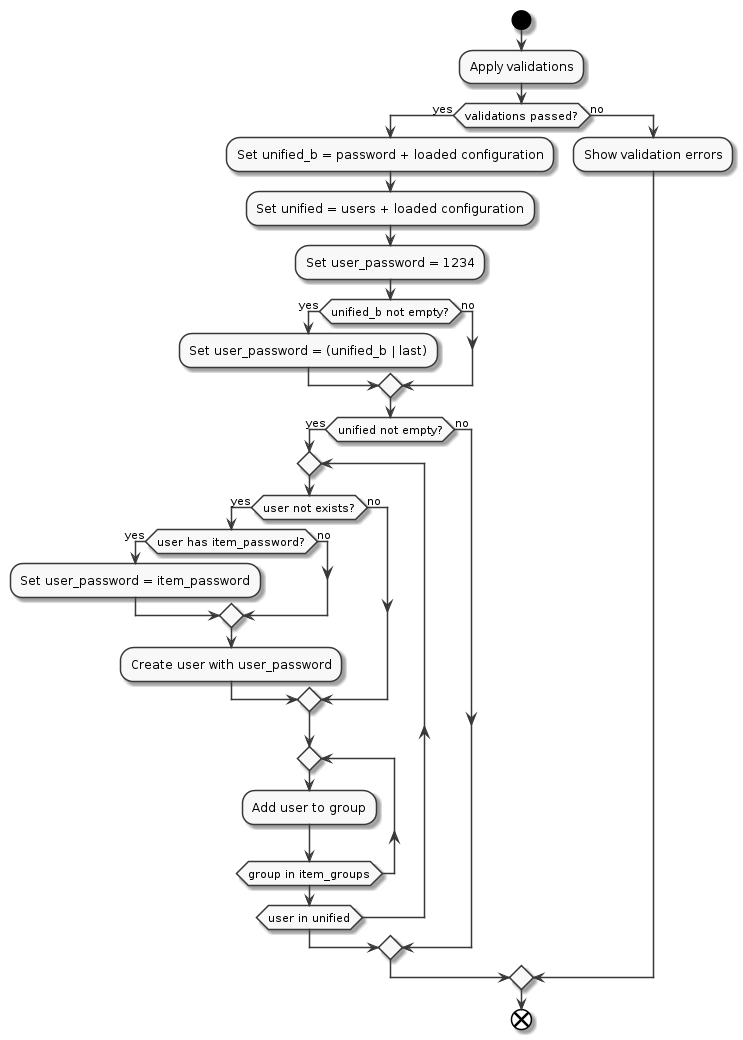
Earlier version of the PlantUML export users/main.png (constrict0r/img). The source it was exported from:
```plantuml
@startuml
start

skinparam monochrome true

:Apply validations;

if (validations passed?) then (yes)

  :Set unified_b = password + loaded configuration;

  :Set unified = users + loaded configuration;

  :Set user_password = 1234;

  if (unified_b not empty?) then (yes)
    :Set user_password = (unified_b | last);
  else (no)
  endif

  if (unified not empty?) then (yes)

    repeat

      if (user not exists?) then (yes)

        if (user has item_password?) then (yes)
          :Set user_password = item_password;
        else (no)
        endif

        :Create user with user_password;

      else (no)
      endif

      repeat
        :Add user to group;
      repeat while (group in item_groups)

    repeat while (user in unified)

  else (no)
  endif

else (no)
  :Show validation errors;
endif

end
@enduml
```
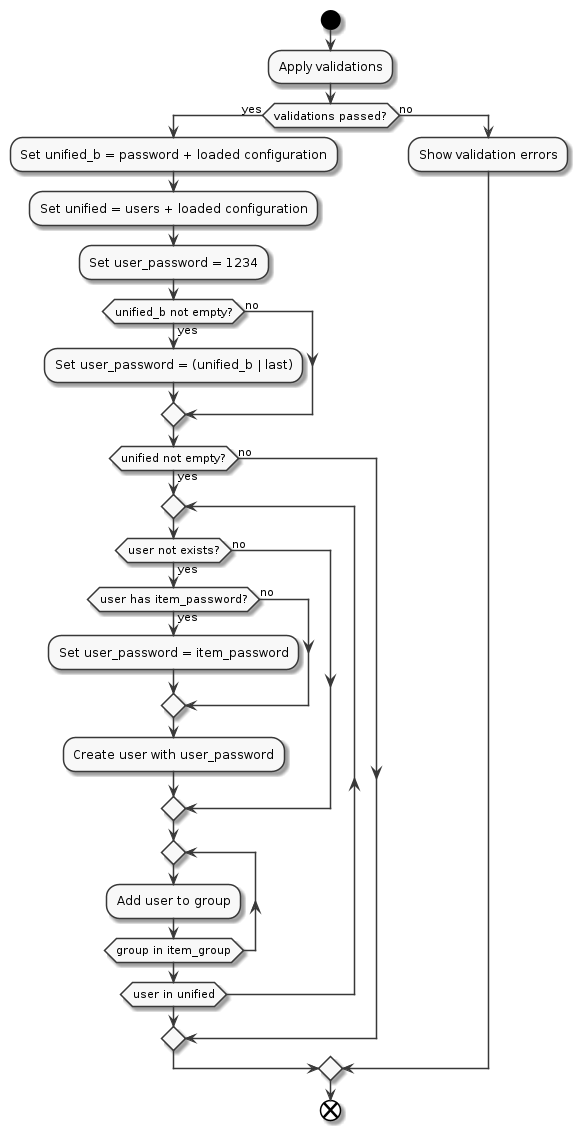
Later version of the same file.

Commit message:
Updates users UML diagrams

Change to the diagram source:
```diff
@@ -36,7 +36,7 @@
 
       repeat
         :Add user to group;
-      repeat while (group in item_groups)
+      repeat while (group in item_group)
 
     repeat while (user in unified)
 
```
